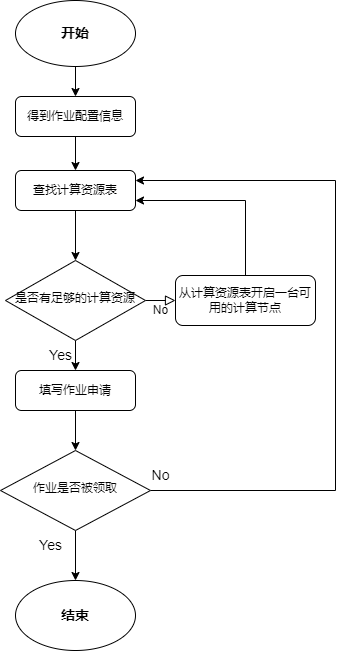
This is 任务分配流程 图.drawio.png from abc75727/Unity3D, a draw.io export, as it was before one commit. Source tidied: cells renumbered, new cells last; positions are measured from the earlier drawing's top-left corner, leaving out a move shared by most shapes.
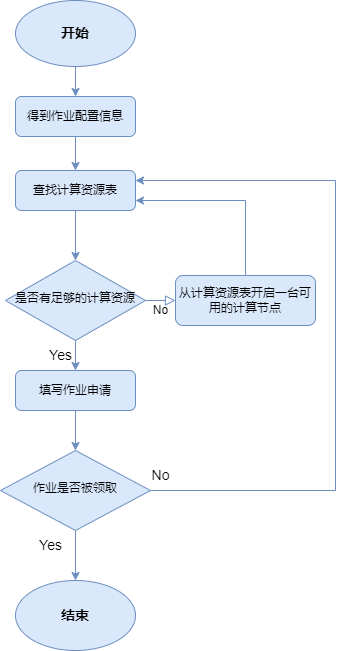
Later version of the same file.

Commit message:
更新任务分配流程 图.drawio.png

Diff of the diagram source:
```diff
@@ -2,28 +2,28 @@
   <root>
     <mxCell id="0" />
     <mxCell id="1" parent="0" />
-    <mxCell id="2" style="edgeStyle=orthogonalEdgeStyle;rounded=0;jettySize=auto;html=1;fontSize=14;" parent="1" edge="1" source="3" target="15">
+    <mxCell id="2" style="edgeStyle=orthogonalEdgeStyle;rounded=0;jettySize=auto;html=1;fontSize=14;fillColor=#dae8fc;strokeColor=#6c8ebf;" parent="1" edge="1" source="3" target="15">
       <mxGeometry relative="1" as="geometry" />
     </mxCell>
-    <mxCell id="3" value="得到作业配置信息" style="rounded=1;whiteSpace=wrap;html=1;fontSize=12;glass=0;strokeWidth=1;shadow=0;" parent="1" vertex="1">
+    <mxCell id="3" value="得到作业配置信息" style="rounded=1;whiteSpace=wrap;html=1;fontSize=12;glass=0;strokeWidth=1;shadow=0;fillColor=#dae8fc;strokeColor=#6c8ebf;" parent="1" vertex="1">
       <mxGeometry x="15" y="96" width="120" height="40" as="geometry" />
     </mxCell>
-    <mxCell id="4" value="No" style="edgeStyle=orthogonalEdgeStyle;rounded=0;html=1;jettySize=auto;fontSize=11;endArrow=block;endFill=0;endSize=8;strokeWidth=1;shadow=0;labelBackgroundColor=none;" parent="1" edge="1" source="6" target="8">
+    <mxCell id="4" value="No" style="edgeStyle=orthogonalEdgeStyle;rounded=0;html=1;jettySize=auto;fontSize=11;endArrow=block;endFill=0;endSize=8;strokeWidth=1;shadow=0;labelBackgroundColor=none;fillColor=#dae8fc;strokeColor=#6c8ebf;" parent="1" edge="1" source="6" target="8">
       <mxGeometry y="10" relative="1" as="geometry" />
     </mxCell>
-    <mxCell id="5" style="edgeStyle=orthogonalEdgeStyle;rounded=0;jettySize=auto;html=1;exitX=0.5;exitY=1;exitDx=0;exitDy=0;fontSize=14;" parent="1" edge="1" source="6" target="17">
+    <mxCell id="5" style="edgeStyle=orthogonalEdgeStyle;rounded=0;jettySize=auto;html=1;exitX=0.5;exitY=1;exitDx=0;exitDy=0;fontSize=14;fillColor=#dae8fc;strokeColor=#6c8ebf;" parent="1" edge="1" source="6" target="17">
       <mxGeometry relative="1" as="geometry" />
     </mxCell>
-    <mxCell id="6" value="是否有足够的计算资源" style="rhombus;whiteSpace=wrap;html=1;shadow=0;fontFamily=Helvetica;fontSize=12;align=center;strokeWidth=1;spacing=6;spacingTop=-4;" parent="1" vertex="1">
+    <mxCell id="6" value="是否有足够的计算资源" style="rhombus;whiteSpace=wrap;html=1;shadow=0;fontFamily=Helvetica;fontSize=12;align=center;strokeWidth=1;spacing=6;spacingTop=-4;fillColor=#dae8fc;strokeColor=#6c8ebf;" parent="1" vertex="1">
       <mxGeometry x="5" y="260" width="140" height="80" as="geometry" />
     </mxCell>
-    <mxCell id="7" style="edgeStyle=orthogonalEdgeStyle;rounded=0;jettySize=auto;html=1;exitX=0.5;exitY=0;exitDx=0;exitDy=0;entryX=1;entryY=0.75;entryDx=0;entryDy=0;fontSize=14;" parent="1" edge="1" source="8" target="15">
+    <mxCell id="7" style="edgeStyle=orthogonalEdgeStyle;rounded=0;jettySize=auto;html=1;exitX=0.5;exitY=0;exitDx=0;exitDy=0;entryX=1;entryY=0.75;entryDx=0;entryDy=0;fontSize=14;fillColor=#dae8fc;strokeColor=#6c8ebf;" parent="1" edge="1" source="8" target="15">
       <mxGeometry relative="1" as="geometry" />
     </mxCell>
-    <mxCell id="8" value="从计算资源表开启一台可用的计算节点" style="rounded=1;whiteSpace=wrap;html=1;fontSize=12;glass=0;strokeWidth=1;shadow=0;" parent="1" vertex="1">
+    <mxCell id="8" value="从计算资源表开启一台可用的计算节点" style="rounded=1;whiteSpace=wrap;html=1;fontSize=12;glass=0;strokeWidth=1;shadow=0;fillColor=#dae8fc;strokeColor=#6c8ebf;" parent="1" vertex="1">
       <mxGeometry x="175" y="275" width="140" height="50" as="geometry" />
     </mxCell>
-    <mxCell id="9" style="edgeStyle=orthogonalEdgeStyle;rounded=0;jettySize=auto;html=1;exitX=1;exitY=0.5;exitDx=0;exitDy=0;entryX=1;entryY=0.25;entryDx=0;entryDy=0;fontSize=14;" parent="1" edge="1" source="11" target="15">
+    <mxCell id="9" style="edgeStyle=orthogonalEdgeStyle;rounded=0;jettySize=auto;html=1;exitX=1;exitY=0.5;exitDx=0;exitDy=0;entryX=1;entryY=0.25;entryDx=0;entryDy=0;fontSize=14;fillColor=#dae8fc;strokeColor=#6c8ebf;" parent="1" edge="1" source="11" target="15">
       <mxGeometry relative="1" as="geometry">
         <Array as="points">
           <mxPoint x="335" y="490" />
@@ -31,40 +31,40 @@
         </Array>
       </mxGeometry>
     </mxCell>
-    <mxCell id="10" style="edgeStyle=orthogonalEdgeStyle;rounded=0;jettySize=auto;html=1;exitX=0.5;exitY=1;exitDx=0;exitDy=0;fontSize=14;" parent="1" edge="1" source="11" target="19">
+    <mxCell id="10" style="edgeStyle=orthogonalEdgeStyle;rounded=0;jettySize=auto;html=1;exitX=0.5;exitY=1;exitDx=0;exitDy=0;fontSize=14;fillColor=#dae8fc;strokeColor=#6c8ebf;" parent="1" edge="1" source="11" target="19">
       <mxGeometry relative="1" as="geometry" />
     </mxCell>
-    <mxCell id="11" value="作业是否被领取" style="rhombus;whiteSpace=wrap;html=1;shadow=0;fontFamily=Helvetica;fontSize=12;align=center;strokeWidth=1;spacing=6;spacingTop=-4;" parent="1" vertex="1">
+    <mxCell id="11" value="作业是否被领取" style="rhombus;whiteSpace=wrap;html=1;shadow=0;fontFamily=Helvetica;fontSize=12;align=center;strokeWidth=1;spacing=6;spacingTop=-4;fillColor=#dae8fc;strokeColor=#6c8ebf;" parent="1" vertex="1">
       <mxGeometry y="450" width="150" height="80" as="geometry" />
     </mxCell>
-    <mxCell id="12" style="edgeStyle=orthogonalEdgeStyle;rounded=0;jettySize=auto;html=1;" parent="1" edge="1" source="13" target="3">
+    <mxCell id="12" style="edgeStyle=orthogonalEdgeStyle;rounded=0;jettySize=auto;html=1;fillColor=#dae8fc;strokeColor=#6c8ebf;" parent="1" edge="1" source="13" target="3">
       <mxGeometry relative="1" as="geometry" />
     </mxCell>
-    <mxCell id="13" value="&lt;font style=&quot;font-size: 14px;&quot;&gt;&lt;b&gt;开始&lt;/b&gt;&lt;/font&gt;" style="ellipse;whiteSpace=wrap;html=1;" parent="1" vertex="1">
+    <mxCell id="13" value="&lt;font style=&quot;font-size: 14px;&quot;&gt;&lt;b&gt;开始&lt;/b&gt;&lt;/font&gt;" style="ellipse;whiteSpace=wrap;html=1;fillColor=#dae8fc;strokeColor=#6c8ebf;" parent="1" vertex="1">
       <mxGeometry x="15" width="120" height="66" as="geometry" />
     </mxCell>
-    <mxCell id="14" style="edgeStyle=orthogonalEdgeStyle;rounded=0;jettySize=auto;html=1;fontSize=14;" parent="1" edge="1" source="15" target="6">
+    <mxCell id="14" style="edgeStyle=orthogonalEdgeStyle;rounded=0;jettySize=auto;html=1;fontSize=14;fillColor=#dae8fc;strokeColor=#6c8ebf;" parent="1" edge="1" source="15" target="6">
       <mxGeometry relative="1" as="geometry" />
     </mxCell>
-    <mxCell id="15" value="查找计算资源表" style="rounded=1;whiteSpace=wrap;html=1;fontSize=12;glass=0;strokeWidth=1;shadow=0;" parent="1" vertex="1">
+    <mxCell id="15" value="查找计算资源表" style="rounded=1;whiteSpace=wrap;html=1;fontSize=12;glass=0;strokeWidth=1;shadow=0;fillColor=#dae8fc;strokeColor=#6c8ebf;" parent="1" vertex="1">
       <mxGeometry x="15" y="170" width="120" height="40" as="geometry" />
     </mxCell>
-    <mxCell id="16" style="edgeStyle=orthogonalEdgeStyle;rounded=0;jettySize=auto;html=1;exitX=0.5;exitY=1;exitDx=0;exitDy=0;entryX=0.5;entryY=0;entryDx=0;entryDy=0;fontSize=14;" parent="1" edge="1" source="17" target="11">
+    <mxCell id="16" style="edgeStyle=orthogonalEdgeStyle;rounded=0;jettySize=auto;html=1;exitX=0.5;exitY=1;exitDx=0;exitDy=0;entryX=0.5;entryY=0;entryDx=0;entryDy=0;fontSize=14;fillColor=#dae8fc;strokeColor=#6c8ebf;" parent="1" edge="1" source="17" target="11">
       <mxGeometry relative="1" as="geometry" />
     </mxCell>
-    <mxCell id="17" value="填写作业申请" style="rounded=1;whiteSpace=wrap;html=1;fontSize=12;glass=0;strokeWidth=1;shadow=0;" parent="1" vertex="1">
+    <mxCell id="17" value="填写作业申请" style="rounded=1;whiteSpace=wrap;html=1;fontSize=12;glass=0;strokeWidth=1;shadow=0;fillColor=#dae8fc;strokeColor=#6c8ebf;" parent="1" vertex="1">
       <mxGeometry x="15" y="370" width="120" height="40" as="geometry" />
     </mxCell>
-    <mxCell id="18" value="Yes" style="text;html=1;align=center;verticalAlign=middle;strokeColor=none;fillColor=none;fontSize=14;" parent="1" vertex="1">
+    <mxCell id="18" value="Yes" style="text;html=1;align=center;verticalAlign=middle;fontSize=14;" parent="1" vertex="1">
       <mxGeometry x="35" y="340" width="50" height="30" as="geometry" />
     </mxCell>
-    <mxCell id="19" value="&lt;b&gt;结束&lt;/b&gt;" style="ellipse;whiteSpace=wrap;html=1;fontSize=14;" parent="1" vertex="1">
+    <mxCell id="19" value="&lt;b&gt;结束&lt;/b&gt;" style="ellipse;whiteSpace=wrap;html=1;fontSize=14;fillColor=#dae8fc;strokeColor=#6c8ebf;" parent="1" vertex="1">
       <mxGeometry x="15" y="580" width="120" height="70" as="geometry" />
     </mxCell>
-    <mxCell id="20" value="Yes" style="text;html=1;align=center;verticalAlign=middle;strokeColor=none;fillColor=none;fontSize=14;" parent="1" vertex="1">
+    <mxCell id="20" value="Yes" style="text;html=1;align=center;verticalAlign=middle;fontSize=14;" parent="1" vertex="1">
       <mxGeometry x="25" y="530" width="50" height="30" as="geometry" />
     </mxCell>
-    <mxCell id="21" value="No" style="text;html=1;align=center;verticalAlign=middle;strokeColor=none;fillColor=none;fontSize=14;" parent="1" vertex="1">
+    <mxCell id="21" value="No" style="text;html=1;align=center;verticalAlign=middle;fontSize=14;" parent="1" vertex="1">
       <mxGeometry x="140" y="460" width="40" height="30" as="geometry" />
     </mxCell>
   </root>
```
